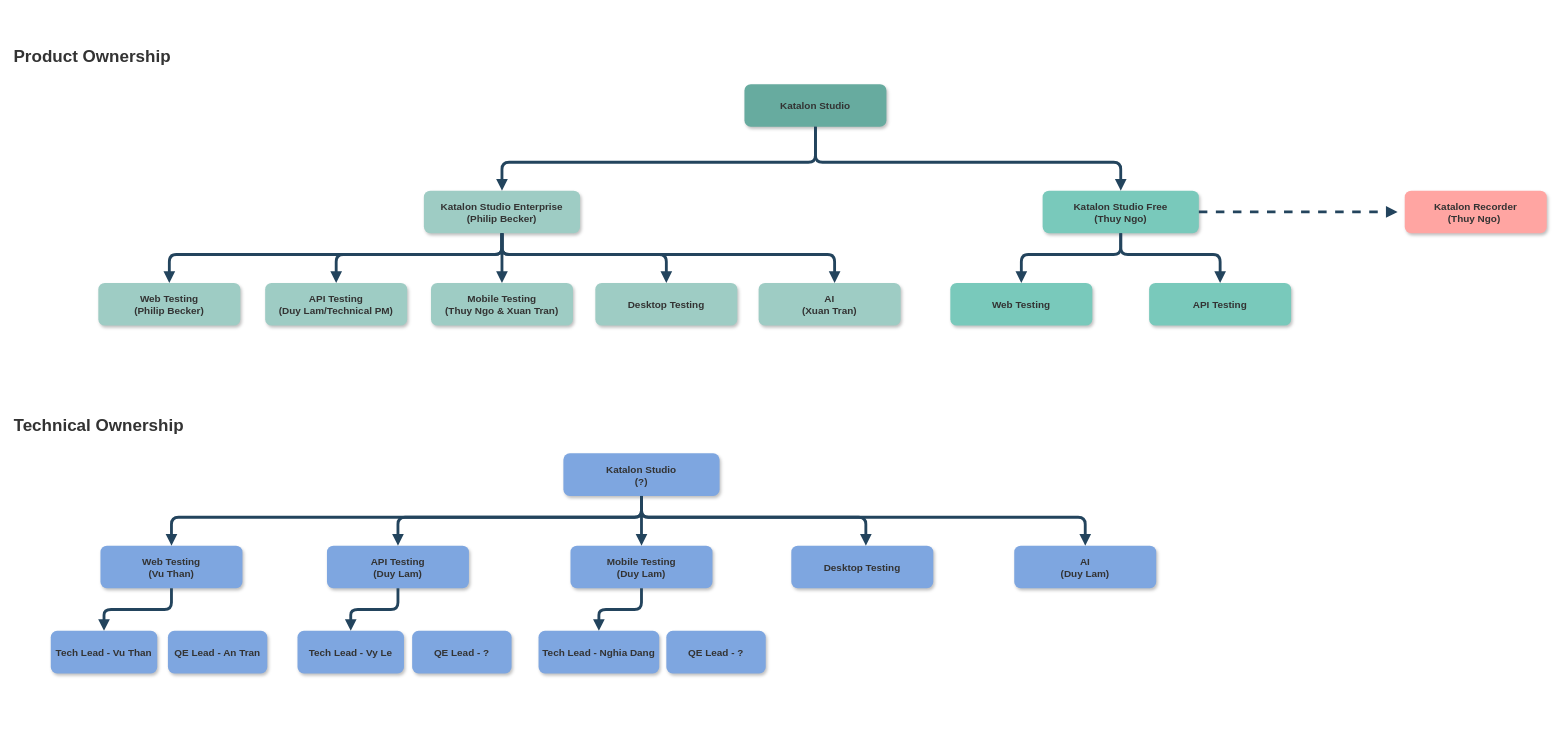
nhpthuy/chart keeps this draw.io diagram as Studio Workstream.drawio. Above is the earlier version. Source tidied: cells renumbered, new cells numbered last; positions are measured from the earlier drawing's top-left corner, leaving out a move shared by most shapes. Both pictures are drawn from the tidied source at 71%, with x=0, y=0 at pixel (12, 41).
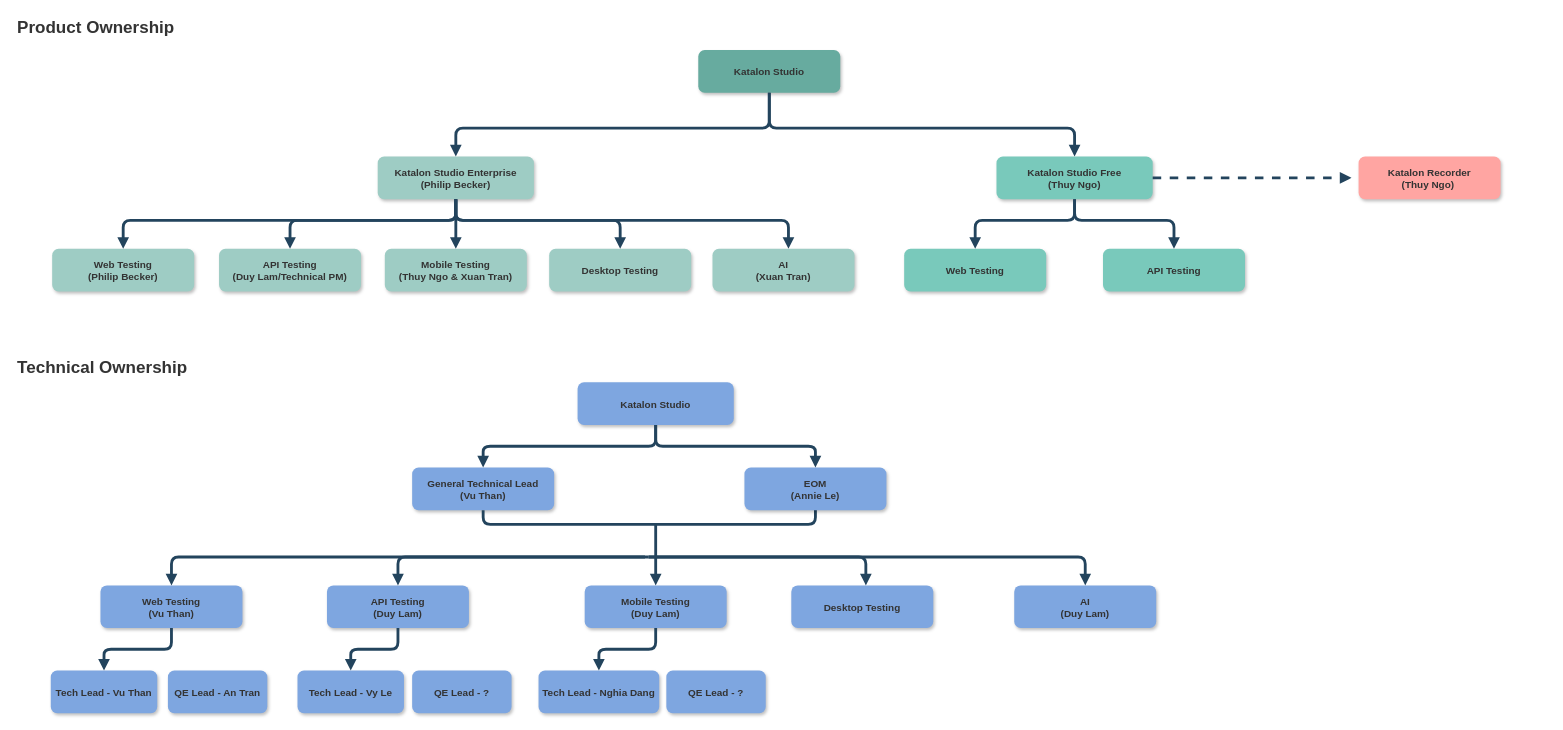
After the change.

What changed in the source:
```diff
@@
     <mxCell id="2" value="Katalon Studio" style="rounded=1;fillColor=#67AB9F;strokeColor=none;shadow=1;gradientColor=none;fontStyle=1;fontColor=#333333;fontSize=14;" parent="1" vertex="1">
-      <mxGeometry x="1031" y="60" width="200" height="60" as="geometry" />
+      <mxGeometry x="966" y="12" width="200" height="60" as="geometry" />
     </mxCell>
     <mxCell id="3" value="Katalon Studio Free&#10;(Thuy Ngo)" style="rounded=1;fillColor=#79C9BB;strokeColor=none;shadow=1;gradientColor=none;fontStyle=1;fontColor=#333333;fontSize=14;" parent="1" vertex="1">
-      <mxGeometry x="1451" y="210" width="220" height="60" as="geometry" />
+      <mxGeometry x="1386" y="162" width="220" height="60" as="geometry" />
     </mxCell>
     <mxCell id="4" value="API Testing" style="rounded=1;fillColor=#79C9BB;strokeColor=none;shadow=1;gradientColor=none;fontStyle=1;fontColor=#333333;fontSize=14;" parent="1" vertex="1">
-      <mxGeometry x="1601" y="340" width="200" height="60" as="geometry" />
+      <mxGeometry x="1536" y="292" width="200" height="60" as="geometry" />
     </mxCell>
     <mxCell id="5" style="edgeStyle=elbowEdgeStyle;elbow=vertical;strokeWidth=4;endArrow=block;endFill=1;fontStyle=1;strokeColor=#23445D;exitX=0.5;exitY=1;exitDx=0;exitDy=0;fontColor=#333333;" parent="1" edge="1" source="2" target="3">
       <mxGeometry x="22" y="165.5" as="geometry">
         <Array as="points">
-          <mxPoint x="1191" y="170" />
+          <mxPoint x="1126" y="122" />
         </Array>
       </mxGeometry>
     </mxCell>
     <mxCell id="6" value="Katalon Studio Enterprise&#10;(Philip Becker)" style="rounded=1;fillColor=#9ECCC4;strokeColor=none;shadow=1;gradientColor=none;fontStyle=1;fontColor=#333333;fontSize=14;" parent="1" vertex="1">
-      <mxGeometry x="579.5" y="210" width="220" height="60" as="geometry" />
+      <mxGeometry x="514.5" y="162" width="220" height="60" as="geometry" />
     </mxCell>
     <mxCell id="7" style="edgeStyle=elbowEdgeStyle;elbow=vertical;strokeWidth=4;endArrow=block;endFill=1;fontStyle=1;strokeColor=#23445D;entryX=0.5;entryY=0;entryDx=0;entryDy=0;exitX=0.5;exitY=1;exitDx=0;exitDy=0;fontColor=#333333;" parent="1" edge="1" source="2" target="6">
       <mxGeometry x="22" y="165.5" as="geometry">
         <Array as="points">
-          <mxPoint x="731" y="170" />
+          <mxPoint x="666" y="122" />
         </Array>
       </mxGeometry>
     </mxCell>
     <mxCell id="8" value="Web Testing" style="rounded=1;fillColor=#79C9BB;strokeColor=none;shadow=1;gradientColor=none;fontStyle=1;fontColor=#333333;fontSize=14;" parent="1" vertex="1">
-      <mxGeometry x="1321" y="340" width="200" height="60" as="geometry" />
+      <mxGeometry x="1256" y="292" width="200" height="60" as="geometry" />
     </mxCell>
     <mxCell id="9" value="API Testing&#10;(Duy Lam/Technical PM)" style="rounded=1;fillColor=#9ECCC4;strokeColor=none;shadow=1;gradientColor=none;fontStyle=1;fontColor=#333333;fontSize=14;" parent="1" vertex="1">
-      <mxGeometry x="356" y="340" width="200" height="60" as="geometry" />
+      <mxGeometry x="291" y="292" width="200" height="60" as="geometry" />
     </mxCell>
     <mxCell id="10" value="Web Testing&#10;(Philip Becker)" style="rounded=1;fillColor=#9ECCC4;strokeColor=none;shadow=1;gradientColor=none;fontStyle=1;fontColor=#333333;fontSize=14;" parent="1" vertex="1">
-      <mxGeometry x="121" y="340" width="200" height="60" as="geometry" />
+      <mxGeometry x="56" y="292" width="200" height="60" as="geometry" />
     </mxCell>
     <mxCell id="11" value="Mobile Testing&#10;(Thuy Ngo &amp; Xuan Tran)" style="rounded=1;fillColor=#9ECCC4;strokeColor=none;shadow=1;gradientColor=none;fontStyle=1;fontColor=#333333;fontSize=14;" parent="1" vertex="1">
-      <mxGeometry x="589.5" y="340" width="200" height="60" as="geometry" />
+      <mxGeometry x="524.5" y="292" width="200" height="60" as="geometry" />
     </mxCell>
     <mxCell id="12" value="Desktop Testing" style="rounded=1;fillColor=#9ECCC4;strokeColor=none;shadow=1;gradientColor=none;fontStyle=1;fontColor=#333333;fontSize=14;" parent="1" vertex="1">
-      <mxGeometry x="821" y="340" width="200" height="60" as="geometry" />
+      <mxGeometry x="756" y="292" width="200" height="60" as="geometry" />
     </mxCell>
     <mxCell id="13" style="edgeStyle=elbowEdgeStyle;elbow=vertical;strokeWidth=4;endArrow=block;endFill=1;fontStyle=1;dashed=1;strokeColor=#23445D;entryX=0;entryY=0.5;entryDx=0;entryDy=0;fontColor=#333333;" parent="1" edge="1">
       <mxGeometry x="22" y="165.5" as="geometry">
-        <mxPoint x="1671" y="240" as="sourcePoint" />
-        <mxPoint x="1951" y="240" as="targetPoint" />
+        <mxPoint x="1606" y="192" as="sourcePoint" />
+        <mxPoint x="1886" y="192" as="targetPoint" />
         <Array as="points">
-          <mxPoint x="1801" y="240" />
+          <mxPoint x="1736" y="192" />
         </Array>
       </mxGeometry>
     </mxCell>
     <mxCell id="14" value="Katalon Recorder&#10;(Thuy Ngo) " style="rounded=1;fillColor=#FFA5A2;strokeColor=none;shadow=1;gradientColor=none;fontStyle=1;fontColor=#333333;fontSize=14;" parent="1" vertex="1">
-      <mxGeometry x="1961" y="210" width="200" height="60" as="geometry" />
+      <mxGeometry x="1896" y="162" width="200" height="60" as="geometry" />
     </mxCell>
     <mxCell id="15" style="edgeStyle=elbowEdgeStyle;elbow=vertical;strokeWidth=4;endArrow=block;endFill=1;fontStyle=1;strokeColor=#23445D;entryX=0.5;entryY=0;entryDx=0;entryDy=0;exitX=0.5;exitY=1;exitDx=0;exitDy=0;fontColor=#333333;" parent="1" edge="1" source="6" target="10">
       <mxGeometry x="22" y="165.5" as="geometry">
         <Array as="points">
-          <mxPoint x="207" y="300" />
+          <mxPoint x="142" y="252" />
         </Array>
       </mxGeometry>
     </mxCell>
     <mxCell id="16" style="edgeStyle=elbowEdgeStyle;elbow=vertical;strokeWidth=4;endArrow=block;endFill=1;fontStyle=1;strokeColor=#23445D;entryX=0.5;entryY=0;entryDx=0;entryDy=0;fontColor=#333333;exitX=0.5;exitY=1;exitDx=0;exitDy=0;" parent="1" edge="1" source="6" target="9">
       <mxGeometry x="22" y="165.5" as="geometry">
         <Array as="points">
-          <mxPoint x="527" y="300" />
+          <mxPoint x="462" y="252" />
         </Array>
       </mxGeometry>
     </mxCell>
     <mxCell id="17" style="edgeStyle=elbowEdgeStyle;elbow=vertical;strokeWidth=4;endArrow=block;endFill=1;fontStyle=1;strokeColor=#23445D;entryX=0.5;entryY=0;entryDx=0;entryDy=0;exitX=0.5;exitY=1;exitDx=0;exitDy=0;fontColor=#333333;" parent="1" edge="1" source="6" target="11">
       <mxGeometry x="22" y="165.5" as="geometry">
         <Array as="points">
-          <mxPoint x="647" y="300" />
+          <mxPoint x="582" y="252" />
         </Array>
       </mxGeometry>
     </mxCell>
     <mxCell id="18" style="edgeStyle=elbowEdgeStyle;elbow=vertical;strokeWidth=4;endArrow=block;endFill=1;fontStyle=1;strokeColor=#23445D;entryX=0.5;entryY=0;entryDx=0;entryDy=0;fontColor=#333333;exitX=0.5;exitY=1;exitDx=0;exitDy=0;" parent="1" edge="1" source="6" target="12">
       <mxGeometry x="22" y="165.5" as="geometry">
         <Array as="points">
-          <mxPoint x="757" y="300" />
+          <mxPoint x="692" y="252" />
         </Array>
       </mxGeometry>
     </mxCell>
     <mxCell id="19" style="edgeStyle=elbowEdgeStyle;elbow=vertical;strokeWidth=4;endArrow=block;endFill=1;fontStyle=1;strokeColor=#23445D;entryX=0.5;entryY=0;entryDx=0;entryDy=0;fontColor=#333333;" parent="1" edge="1" target="4">
       <mxGeometry x="22" y="165.5" as="geometry">
-        <mxPoint x="1561" y="270" as="sourcePoint" />
+        <mxPoint x="1496" y="222" as="sourcePoint" />
         <Array as="points">
-          <mxPoint x="1751" y="300" />
+          <mxPoint x="1686" y="252" />
         </Array>
       </mxGeometry>
     </mxCell>
     <mxCell id="20" style="edgeStyle=elbowEdgeStyle;elbow=vertical;strokeWidth=4;endArrow=block;endFill=1;fontStyle=1;strokeColor=#23445D;entryX=0.5;entryY=0;entryDx=0;entryDy=0;fontColor=#333333;" parent="1" edge="1" target="8">
       <mxGeometry x="22" y="165.5" as="geometry">
-        <mxPoint x="1561" y="270" as="sourcePoint" />
+        <mxPoint x="1496" y="222" as="sourcePoint" />
         <Array as="points">
-          <mxPoint x="1751" y="300" />
+          <mxPoint x="1686" y="252" />
         </Array>
       </mxGeometry>
     </mxCell>
     <mxCell id="21" style="edgeStyle=elbowEdgeStyle;elbow=vertical;strokeWidth=4;endArrow=block;endFill=1;fontStyle=1;strokeColor=#23445D;fontColor=#333333;exitX=0.5;exitY=1;exitDx=0;exitDy=0;" parent="1" edge="1" source="6">
       <mxGeometry x="22" y="165.5" as="geometry">
-        <mxPoint x="1158" y="340" as="targetPoint" />
+        <mxPoint x="1093" y="292" as="targetPoint" />
         <Array as="points">
-          <mxPoint x="868" y="300" />
+          <mxPoint x="803" y="252" />
         </Array>
       </mxGeometry>
     </mxCell>
     <mxCell id="22" value="AI&#10;(Xuan Tran)" style="rounded=1;fillColor=#9ECCC4;strokeColor=none;shadow=1;gradientColor=none;fontStyle=1;fontColor=#333333;fontSize=14;" parent="1" vertex="1">
-      <mxGeometry x="1051" y="340" width="200" height="60" as="geometry" />
+      <mxGeometry x="986" y="292" width="200" height="60" as="geometry" />
     </mxCell>
     <mxCell id="23" value="&lt;h1 style=&quot;margin-top: 0px;&quot;&gt;Product Ownership&lt;/h1&gt;" style="text;html=1;whiteSpace=wrap;overflow=hidden;rounded=0;fontColor=#333333;" parent="1" vertex="1">
-      <mxGeometry width="230" height="50" as="geometry" />
+      <mxGeometry x="5" y="-41" width="230" height="50" as="geometry" />
     </mxCell>
     <mxCell id="24" value="&lt;h1 style=&quot;margin-top: 0px;&quot;&gt;Technical Ownership&lt;/h1&gt;" style="text;html=1;whiteSpace=wrap;overflow=hidden;rounded=0;fontColor=#333333;" parent="1" vertex="1">
-      <mxGeometry y="520" width="276" height="70" as="geometry" />
+      <mxGeometry x="5" y="438" width="276" height="70" as="geometry" />
     </mxCell>
     <mxCell id="25" value="API Testing&#10;(Duy Lam)" style="rounded=1;fillColor=#7EA6E0;strokeColor=none;shadow=1;gradientColor=none;fontStyle=1;fontColor=#333333;fontSize=14;" parent="1" vertex="1">
-      <mxGeometry x="443" y="710" width="200" height="60" as="geometry" />
+      <mxGeometry x="443" y="766" width="200" height="60" as="geometry" />
     </mxCell>
     <mxCell id="26" value="Web Testing&#10;(Vu Than)" style="rounded=1;fillColor=#7EA6E0;strokeColor=none;shadow=1;gradientColor=none;fontStyle=1;fontColor=#333333;fontSize=14;" parent="1" vertex="1">
-      <mxGeometry x="124" y="710" width="200" height="60" as="geometry" />
+      <mxGeometry x="124" y="766" width="200" height="60" as="geometry" />
     </mxCell>
     <mxCell id="27" value="Mobile Testing&#10;(Duy Lam)" style="rounded=1;fillColor=#7EA6E0;strokeColor=none;shadow=1;gradientColor=none;fontStyle=1;fontColor=#333333;fontSize=14;" parent="1" vertex="1">
-      <mxGeometry x="786" y="710" width="200" height="60" as="geometry" />
+      <mxGeometry x="806" y="766" width="200" height="60" as="geometry" />
     </mxCell>
     <mxCell id="28" value="Desktop Testing" style="rounded=1;fillColor=#7EA6E0;strokeColor=none;shadow=1;gradientColor=none;fontStyle=1;fontColor=#333333;fontSize=14;" parent="1" vertex="1">
-      <mxGeometry x="1097" y="710" width="200" height="60" as="geometry" />
+      <mxGeometry x="1097" y="766" width="200" height="60" as="geometry" />
     </mxCell>
     <mxCell id="29" value="Tech Lead - Vu Than" style="rounded=1;fillColor=#7EA6E0;strokeColor=none;shadow=1;gradientColor=none;fontStyle=1;fontColor=#333333;fontSize=14;" parent="1" vertex="1">
-      <mxGeometry x="54" y="830" width="150" height="60" as="geometry" />
+      <mxGeometry x="54" y="886" width="150" height="60" as="geometry" />
     </mxCell>
@@
     <mxCell id="31" value="QE Lead - An Tran" style="rounded=1;fillColor=#7EA6E0;strokeColor=none;shadow=1;gradientColor=none;fontStyle=1;fontColor=#333333;fontSize=14;" parent="1" vertex="1">
-      <mxGeometry x="219" y="830" width="140" height="60" as="geometry" />
+      <mxGeometry x="219" y="886" width="140" height="60" as="geometry" />
     </mxCell>
     <mxCell id="32" value="Tech Lead - Vy Le" style="rounded=1;fillColor=#7EA6E0;strokeColor=none;shadow=1;gradientColor=none;fontStyle=1;fontColor=#333333;fontSize=14;" parent="1" vertex="1">
-      <mxGeometry x="401.5" y="830" width="150" height="60" as="geometry" />
+      <mxGeometry x="401.5" y="886" width="150" height="60" as="geometry" />
     </mxCell>
     <mxCell id="33" value="QE Lead - ?" style="rounded=1;fillColor=#7EA6E0;strokeColor=none;shadow=1;gradientColor=none;fontStyle=1;fontColor=#333333;fontSize=14;" parent="1" vertex="1">
-      <mxGeometry x="563" y="830" width="140" height="60" as="geometry" />
+      <mxGeometry x="563" y="886" width="140" height="60" as="geometry" />
     </mxCell>
     <mxCell id="34" value="Tech Lead - Nghia Dang" style="rounded=1;fillColor=#7EA6E0;strokeColor=none;shadow=1;gradientColor=none;fontStyle=1;fontColor=#333333;fontSize=14;" parent="1" vertex="1">
-      <mxGeometry x="741" y="830" width="170" height="60" as="geometry" />
+      <mxGeometry x="741" y="886" width="170" height="60" as="geometry" />
     </mxCell>
     <mxCell id="35" value="QE Lead - ?" style="rounded=1;fillColor=#7EA6E0;strokeColor=none;shadow=1;gradientColor=none;fontStyle=1;fontColor=#333333;fontSize=14;" parent="1" vertex="1">
-      <mxGeometry x="921" y="830" width="140" height="60" as="geometry" />
+      <mxGeometry x="921" y="886" width="140" height="60" as="geometry" />
     </mxCell>
     <mxCell id="36" value="AI&#10;(Duy Lam)" style="rounded=1;fillColor=#7EA6E0;strokeColor=none;shadow=1;gradientColor=none;fontStyle=1;fontColor=#333333;fontSize=14;" parent="1" vertex="1">
-      <mxGeometry x="1411" y="710" width="200" height="60" as="geometry" />
+      <mxGeometry x="1411" y="766" width="200" height="60" as="geometry" />
     </mxCell>
-    <mxCell id="37" value="Katalon Studio&#10;(?)" style="rounded=1;fillColor=#7EA6E0;strokeColor=none;shadow=1;gradientColor=none;fontStyle=1;fontColor=#333333;fontSize=14;" parent="1" vertex="1">
-      <mxGeometry x="776" y="580" width="220" height="60" as="geometry" />
+    <mxCell id="37" value="Katalon Studio" style="rounded=1;fillColor=#7EA6E0;strokeColor=none;shadow=1;gradientColor=none;fontStyle=1;fontColor=#333333;fontSize=14;" parent="1" vertex="1">
+      <mxGeometry x="796" y="480" width="220" height="60" as="geometry" />
     </mxCell>
-    <mxCell id="38" style="edgeStyle=elbowEdgeStyle;elbow=vertical;strokeWidth=4;endArrow=block;endFill=1;fontStyle=1;strokeColor=#23445D;entryX=0.5;entryY=0;entryDx=0;entryDy=0;exitX=0.5;exitY=1;exitDx=0;exitDy=0;fontColor=#333333;fillColor=#7EA6E0;" parent="1" edge="1" source="37" target="26">
+    <mxCell id="38" style="edgeStyle=elbowEdgeStyle;elbow=vertical;strokeWidth=4;endArrow=block;endFill=1;fontStyle=1;strokeColor=#23445D;entryX=0.5;entryY=0;entryDx=0;entryDy=0;fontColor=#333333;fillColor=#7EA6E0;" parent="1" edge="1" target="26">
       <mxGeometry x="22" y="165.5" as="geometry">
+        <mxPoint x="896" y="726" as="sourcePoint" />
         <Array as="points">
-          <mxPoint x="401" y="670" />
+          <mxPoint x="401" y="726" />
         </Array>
       </mxGeometry>
     </mxCell>
-    <mxCell id="39" style="edgeStyle=elbowEdgeStyle;elbow=vertical;strokeWidth=4;endArrow=block;endFill=1;fontStyle=1;strokeColor=#23445D;entryX=0.5;entryY=0;entryDx=0;entryDy=0;fontColor=#333333;fillColor=#7EA6E0;exitX=0.5;exitY=1;exitDx=0;exitDy=0;" parent="1" edge="1" source="37" target="25">
+    <mxCell id="39" style="edgeStyle=elbowEdgeStyle;elbow=vertical;strokeWidth=4;endArrow=block;endFill=1;fontStyle=1;strokeColor=#23445D;entryX=0.5;entryY=0;entryDx=0;entryDy=0;fontColor=#333333;fillColor=#7EA6E0;" parent="1" edge="1" target="25">
       <mxGeometry x="22" y="165.5" as="geometry">
+        <mxPoint x="891" y="726" as="sourcePoint" />
         <Array as="points">
-          <mxPoint x="721" y="670" />
+          <mxPoint x="721" y="726" />
         </Array>
       </mxGeometry>
     </mxCell>
-    <mxCell id="40" style="edgeStyle=elbowEdgeStyle;elbow=vertical;strokeWidth=4;endArrow=block;endFill=1;fontStyle=1;strokeColor=#23445D;entryX=0.5;entryY=0;entryDx=0;entryDy=0;exitX=0.5;exitY=1;exitDx=0;exitDy=0;fontColor=#333333;fillColor=#7EA6E0;" parent="1" edge="1" source="37" target="27">
+    <mxCell id="40" style="edgeStyle=elbowEdgeStyle;elbow=vertical;strokeWidth=4;endArrow=block;endFill=1;fontStyle=1;strokeColor=#23445D;entryX=0.5;entryY=0;entryDx=0;entryDy=0;fontColor=#333333;fillColor=#7EA6E0;" parent="1" edge="1" target="27">
       <mxGeometry x="22" y="165.5" as="geometry">
+        <mxPoint x="906" y="680" as="sourcePoint" />
         <Array as="points">
-          <mxPoint x="885" y="680" />
+          <mxPoint x="885" y="736" />
         </Array>
       </mxGeometry>
     </mxCell>
-    <mxCell id="41" style="edgeStyle=elbowEdgeStyle;elbow=vertical;strokeWidth=4;endArrow=block;endFill=1;fontStyle=1;strokeColor=#23445D;entryX=0.5;entryY=0;entryDx=0;entryDy=0;fontColor=#333333;fillColor=#7EA6E0;exitX=0.5;exitY=1;exitDx=0;exitDy=0;" parent="1" edge="1" source="37">
+    <mxCell id="41" style="edgeStyle=elbowEdgeStyle;elbow=vertical;strokeWidth=4;endArrow=block;endFill=1;fontStyle=1;strokeColor=#23445D;entryX=0.5;entryY=0;entryDx=0;entryDy=0;fontColor=#333333;fillColor=#7EA6E0;" parent="1" edge="1">
       <mxGeometry x="22" y="165.5" as="geometry">
-        <mxPoint x="1202" y="710" as="targetPoint" />
+        <mxPoint x="896" y="726" as="sourcePoint" />
+        <mxPoint x="1202" y="766" as="targetPoint" />
         <Array as="points">
-          <mxPoint x="1022" y="670" />
+          <mxPoint x="1022" y="726" />
         </Array>
       </mxGeometry>
     </mxCell>
-    <mxCell id="42" style="edgeStyle=elbowEdgeStyle;elbow=vertical;strokeWidth=4;endArrow=block;endFill=1;fontStyle=1;strokeColor=#23445D;fontColor=#333333;fillColor=#7EA6E0;exitX=0.5;exitY=1;exitDx=0;exitDy=0;entryX=0.5;entryY=0;entryDx=0;entryDy=0;" parent="1" edge="1" source="37" target="36">
+    <mxCell id="42" style="edgeStyle=elbowEdgeStyle;elbow=vertical;strokeWidth=4;endArrow=block;endFill=1;fontStyle=1;strokeColor=#23445D;fontColor=#333333;fillColor=#7EA6E0;entryX=0.5;entryY=0;entryDx=0;entryDy=0;" parent="1" edge="1" target="36">
       <mxGeometry x="22" y="165.5" as="geometry">
+        <mxPoint x="896" y="726" as="sourcePoint" />
         <Array as="points">
-          <mxPoint x="1133" y="670" />
+          <mxPoint x="1133" y="726" />
         </Array>
       </mxGeometry>
     </mxCell>
@@
+    <mxCell id="45" value="General Technical Lead&#10;(Vu Than)" style="rounded=1;fillColor=#7EA6E0;strokeColor=none;shadow=1;gradientColor=none;fontStyle=1;fontColor=#333333;fontSize=14;" parent="1" vertex="1">
+      <mxGeometry x="563" y="600" width="200" height="60" as="geometry" />
+    </mxCell>
+    <mxCell id="46" style="edgeStyle=elbowEdgeStyle;elbow=vertical;strokeWidth=4;endArrow=block;endFill=1;fontStyle=1;strokeColor=#23445D;entryX=0.5;entryY=0;entryDx=0;entryDy=0;exitX=0.5;exitY=1;exitDx=0;exitDy=0;fontColor=#333333;fillColor=#7EA6E0;" parent="1" edge="1" source="37" target="45">
+      <mxGeometry x="22" y="165.5" as="geometry" />
+    </mxCell>
+    <mxCell id="47" style="edgeStyle=elbowEdgeStyle;elbow=vertical;strokeWidth=4;endArrow=block;endFill=1;fontStyle=1;strokeColor=#23445D;entryX=0.5;entryY=0;entryDx=0;entryDy=0;exitX=0.5;exitY=1;exitDx=0;exitDy=0;fontColor=#333333;fillColor=#7EA6E0;" parent="1" edge="1" source="37">
+      <mxGeometry x="22" y="165.5" as="geometry">
+        <mxPoint x="1131" y="600" as="targetPoint" />
+      </mxGeometry>
+    </mxCell>
+    <mxCell id="48" style="edgeStyle=elbowEdgeStyle;elbow=vertical;strokeWidth=4;endArrow=block;endFill=1;fontStyle=1;strokeColor=#23445D;exitX=0.5;exitY=1;exitDx=0;exitDy=0;fontColor=#333333;entryX=0.5;entryY=0;entryDx=0;entryDy=0;" parent="1" edge="1" source="45">
+      <mxGeometry x="22" y="165.5" as="geometry">
+        <mxPoint x="1131" y="600" as="targetPoint" />
+        <Array as="points">
+          <mxPoint x="901" y="680" />
+        </Array>
+      </mxGeometry>
+    </mxCell>
+    <mxCell id="49" value="EOM&#10;(Annie Le)" style="rounded=1;fillColor=#7EA6E0;strokeColor=none;shadow=1;gradientColor=none;fontStyle=1;fontColor=#333333;fontSize=14;" parent="1" vertex="1">
+      <mxGeometry x="1031" y="600" width="200" height="60" as="geometry" />
+    </mxCell>
```
